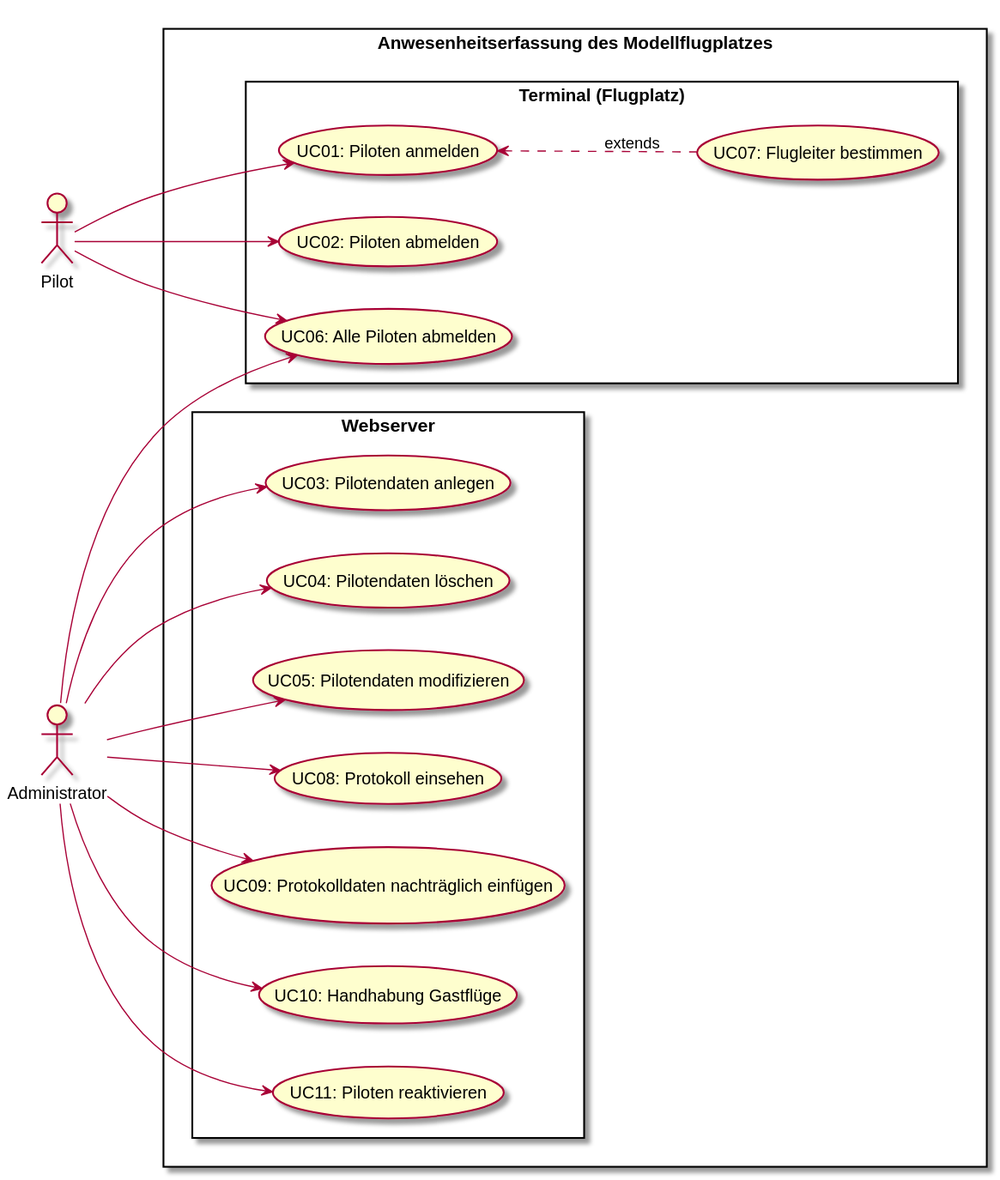
Earlier version of the PlantUML export docs/requirements/images/Use-Case-Diagramm/use_case_diagram.svg (Lernni/E2-Anwesenheitserfassung-fuer-Modellflugplatz).
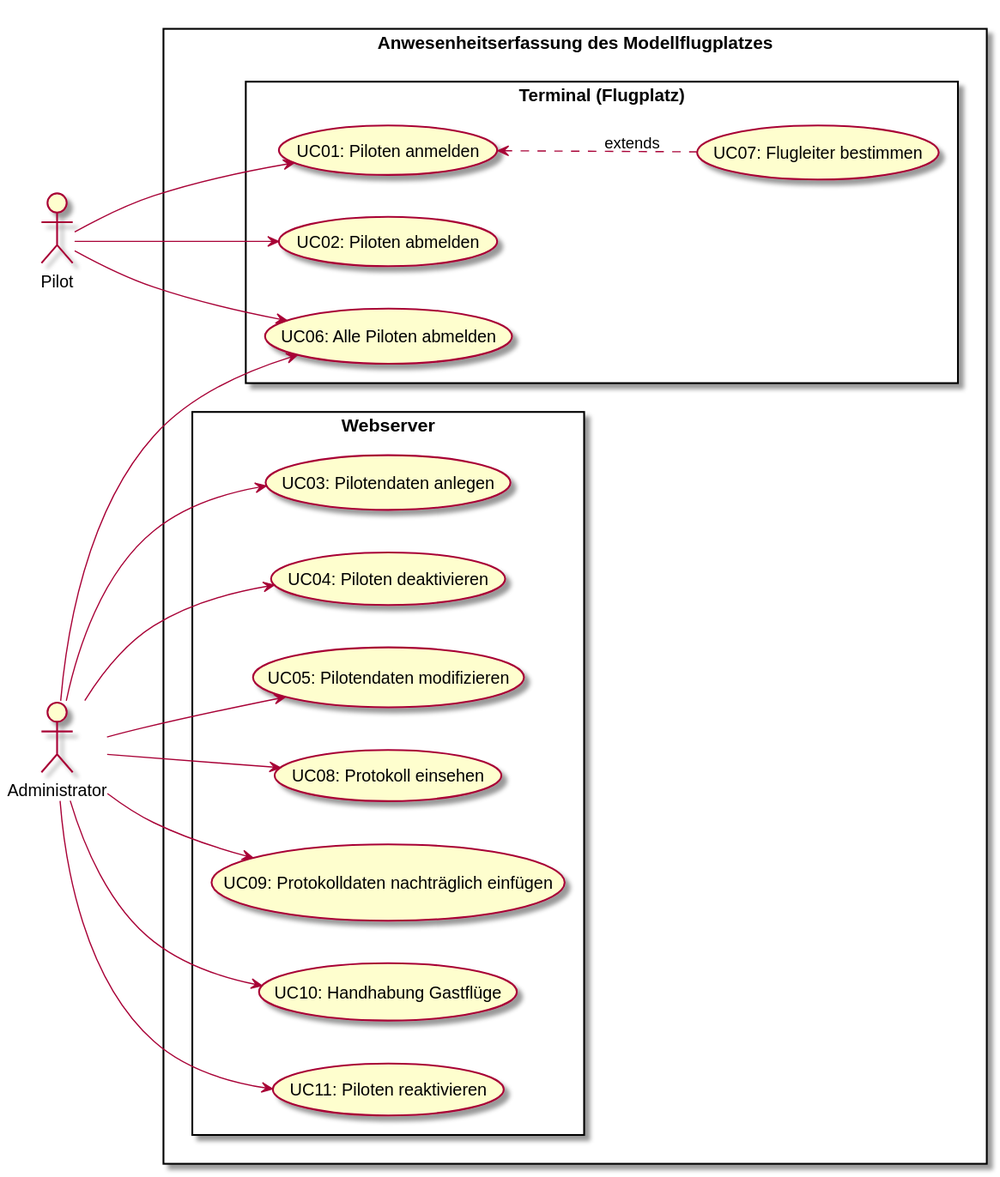
Later version of the same file.

Commit message:
Korrektur Use-Case-Diagramm

What changed in the source:
```diff
@@ -20,7 +20,7 @@
   rectangle "Webserver"{
 
   (UC03: Pilotendaten anlegen)
-  (UC04: Pilotendaten löschen)
+  (UC04: Piloten deaktivieren)
   (UC05: Pilotendaten modifizieren)
   (UC08: Protokoll einsehen)
   (UC09: Protokolldaten nachträglich einfügen)
@@ -41,7 +41,7 @@
 
 Administrator --> (UC03: Pilotendaten anlegen)
 
-Administrator --> (UC04: Pilotendaten löschen)
+Administrator --> (UC04: Piloten deaktivieren)
 
 Administrator --> (UC05: Pilotendaten modifizieren)
 
```
